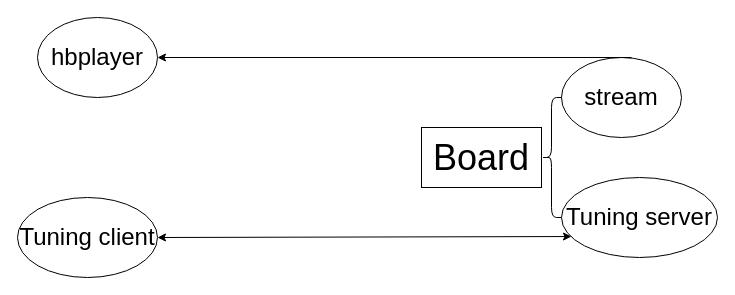
The draw.io diagram tuning.drawio in RuanZhen139/learngit, before the edit. Source tidied: cells renumbered, new cells numbered last; positions are measured from the earlier drawing's top-left corner, leaving out a move shared by most shapes. Both pictures are drawn from the tidied source at 100%, with x=0, y=0 at pixel (17, 17).
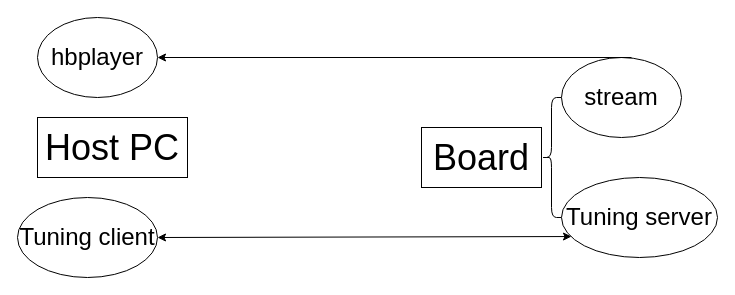
Above is the later version.

Diff of the diagram source:
```diff
@@
 <mxGraphModel>
   <root>
     <mxCell id="0" />
     <mxCell id="1" parent="0" />
     <mxCell id="2" value="&lt;font style=&quot;font-size: 36px;&quot;&gt;Board&lt;/font&gt;" style="rounded=0;whiteSpace=wrap;html=1;" parent="1" vertex="1">
       <mxGeometry x="404" y="110" width="120" height="60" as="geometry" />
     </mxCell>
     <mxCell id="3" style="shape=curlyBracket;whiteSpace=wrap;html=1;rounded=1;labelPosition=left;verticalLabelPosition=middle;align=right;verticalAlign=middle;size=0.5;" parent="1" vertex="1">
       <mxGeometry x="524" y="80" width="20" height="120" as="geometry" />
     </mxCell>
     <mxCell id="4" value="&lt;font style=&quot;font-size: 24px;&quot;&gt;stream&lt;/font&gt;" style="ellipse;whiteSpace=wrap;html=1;" parent="1" vertex="1">
       <mxGeometry x="544" y="40" width="120" height="80" as="geometry" />
     </mxCell>
     <mxCell id="5" value="&lt;font style=&quot;font-size: 24px;&quot;&gt;Tuning server&lt;/font&gt;" style="ellipse;whiteSpace=wrap;html=1;" parent="1" vertex="1">
       <mxGeometry x="544" y="160" width="156" height="80" as="geometry" />
     </mxCell>
     <mxCell id="6" style="endArrow=classic;html=1;rounded=0;" parent="1" edge="1">
       <mxGeometry relative="1" as="geometry">
         <mxPoint x="614" y="40" as="sourcePoint" />
         <mxPoint x="140" y="40" as="targetPoint" />
       </mxGeometry>
     </mxCell>
     <mxCell id="7" value="&lt;font style=&quot;font-size: 24px;&quot;&gt;hbplayer&lt;/font&gt;" style="ellipse;whiteSpace=wrap;html=1;" parent="1" vertex="1">
       <mxGeometry x="20" width="120" height="80" as="geometry" />
     </mxCell>
     <mxCell id="8" value="&lt;font style=&quot;font-size: 24px;&quot;&gt;Tuning client&lt;/font&gt;" style="ellipse;whiteSpace=wrap;html=1;" parent="1" vertex="1">
       <mxGeometry y="180" width="140" height="80" as="geometry" />
     </mxCell>
     <mxCell id="9" style="endArrow=classic;startArrow=classic;html=1;rounded=0;exitX=1;exitY=0.5;exitDx=0;exitDy=0;entryX=0.064;entryY=0.738;entryDx=0;entryDy=0;entryPerimeter=0;" parent="1" edge="1" source="8" target="5">
       <mxGeometry relative="1" as="geometry" />
     </mxCell>
+    <mxCell id="10" value="&lt;font style=&quot;font-size: 36px;&quot;&gt;Host PC&lt;/font&gt;" style="rounded=0;whiteSpace=wrap;html=1;" parent="1" vertex="1">
+      <mxGeometry x="20" y="100" width="150" height="60" as="geometry" />
+    </mxCell>
   </root>
 </mxGraphModel>
```
